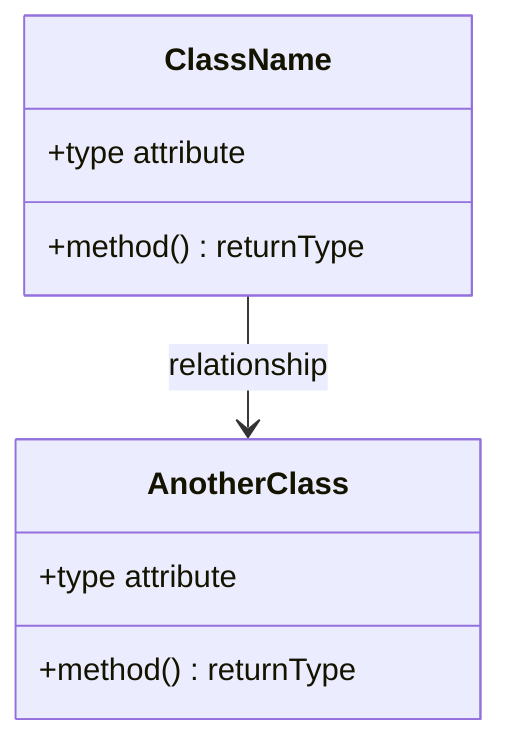
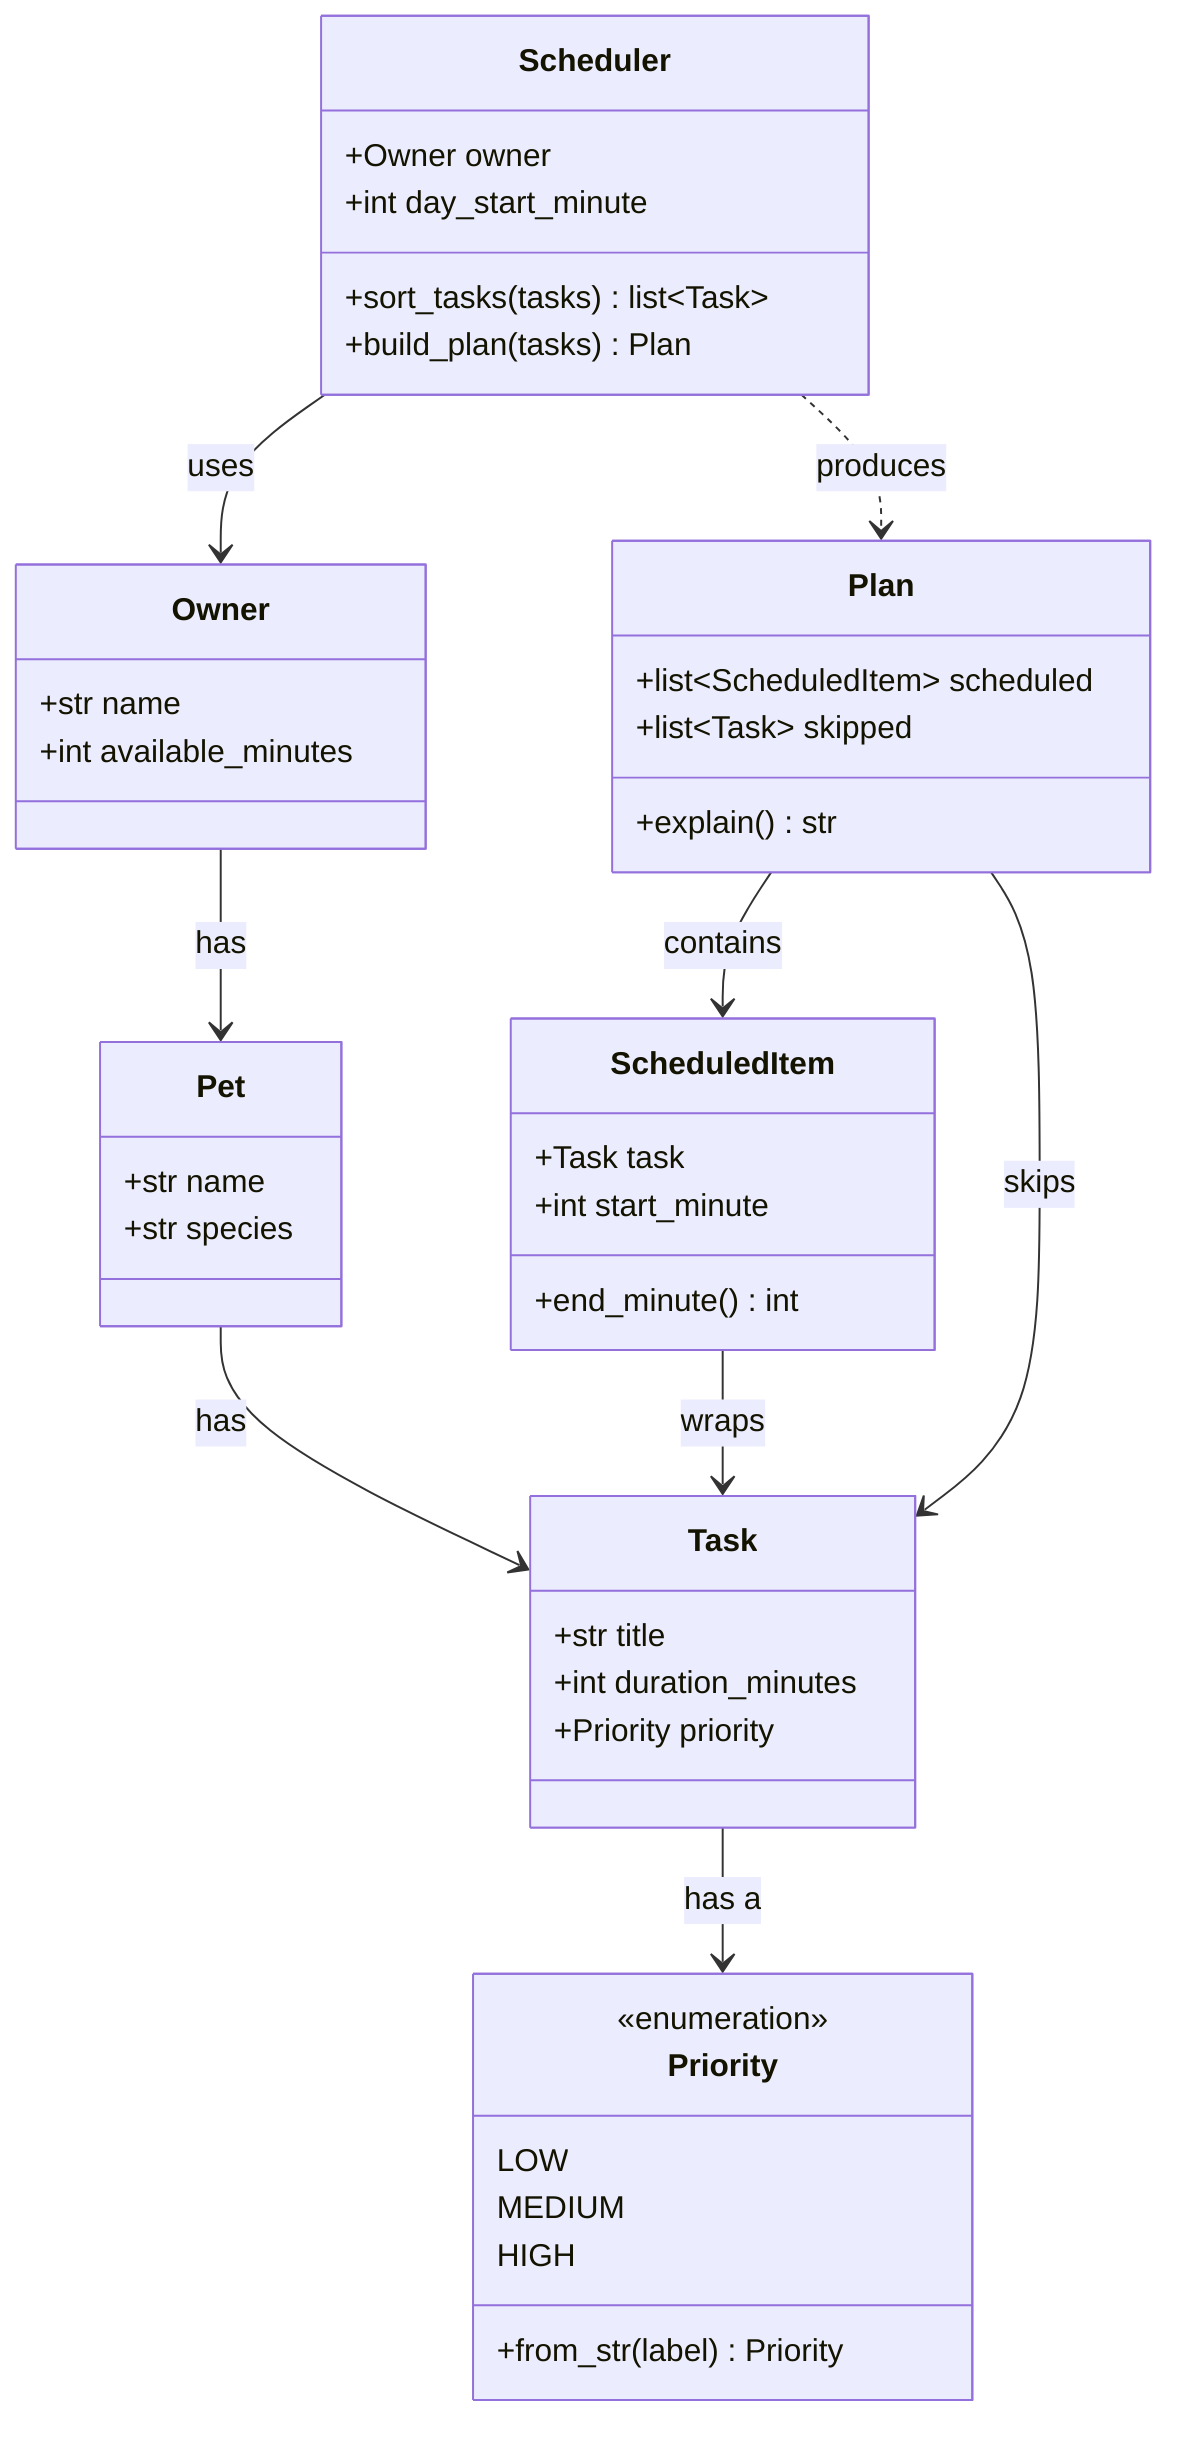
classDiagram
-     %% Replace the placeholders below with your actual classes, attributes, methods, and relationships.
-     %% Keep this file updated so it matches your final implementation.
+     %% DRAFT — this matches the stubs in pawpal_system.py.
+     %% Update it as your real implementation evolves (README step 7).

-     class ClassName {
-         +type attribute
-         +method() returnType
+     class Priority {
+         <<enumeration>>
+         LOW
+         MEDIUM
+         HIGH
+         +from_str(label) Priority
    }

-     class AnotherClass {
-         +type attribute
-         +method() returnType
+     class Task {
+         +str title
+         +int duration_minutes
+         +Priority priority
    }

-     ClassName --> AnotherClass : relationship
+     class Pet {
+         +str name
+         +str species
+     }
+ 
+     class Owner {
+         +str name
+         +int available_minutes
+     }
+ 
+     class ScheduledItem {
+         +Task task
+         +int start_minute
+         +end_minute() int
+     }
+ 
+     class Plan {
+         +list~ScheduledItem~ scheduled
+         +list~Task~ skipped
+         +explain() str
+     }
+ 
+     class Scheduler {
+         +Owner owner
+         +int day_start_minute
+         +sort_tasks(tasks) list~Task~
+         +build_plan(tasks) Plan
+     }
+ 
+     Owner --> Pet : has
+     Pet --> Task : has
+     Task --> Priority : has a
+     ScheduledItem --> Task : wraps
+     Plan --> ScheduledItem : contains
+     Plan --> Task : skips
+     Scheduler --> Owner : uses
+     Scheduler ..> Plan : produces
